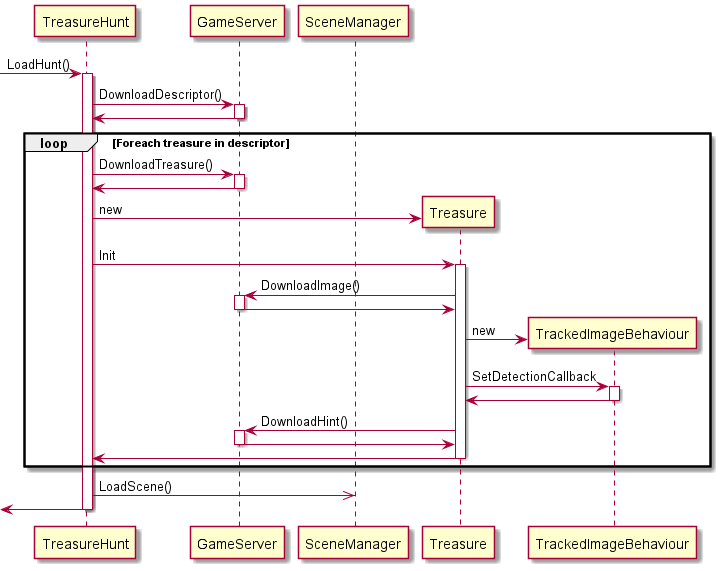
Earlier version of the PlantUML export Docs/plantuml/treasureHunt/sequences/TreasureHunt/LoadHunt.png (Lory9811/ARTreasureHunt). Its diagram source:
```plantuml
@startuml

participant TreasureHunt
participant GameServer
participant SceneManager

[-> TreasureHunt: LoadHunt()
activate TreasureHunt

TreasureHunt -> GameServer: DownloadDescriptor()
activate GameServer
TreasureHunt <- GameServer
deactivate GameServer

loop Foreach treasure in descriptor

TreasureHunt -> GameServer: DownloadTreasure()
activate GameServer
TreasureHunt <- GameServer
deactivate GameServer

create Treasure
TreasureHunt -> Treasure: new

TreasureHunt -> Treasure: Init
activate Treasure

Treasure -> GameServer: DownloadImage()
activate GameServer
Treasure <- GameServer
deactivate GameServer

create TrackedImageBehaviour
Treasure -> TrackedImageBehaviour: new
Treasure -> TrackedImageBehaviour: SetDetectionCallback
activate TrackedImageBehaviour
Treasure <- TrackedImageBehaviour
deactivate TrackedImageBehaviour

Treasure -> GameServer: DownloadHint()
activate GameServer
Treasure <- GameServer
deactivate GameServer

TreasureHunt <- Treasure
deactivate Treasure

end

TreasureHunt ->> SceneManager: LoadScene()

[<- TreasureHunt
deactivate TreasureHunt

@enduml
```
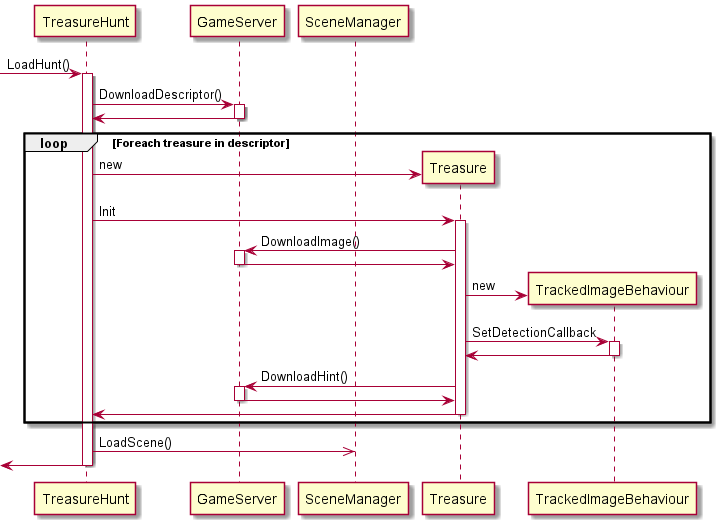
After the commit.

Diff of the diagram source:
```diff
@@ -13,11 +13,6 @@
 deactivate GameServer
 
 loop Foreach treasure in descriptor
-
-TreasureHunt -> GameServer: DownloadTreasure()
-activate GameServer
-TreasureHunt <- GameServer
-deactivate GameServer
 
 create Treasure
 TreasureHunt -> Treasure: new
```
